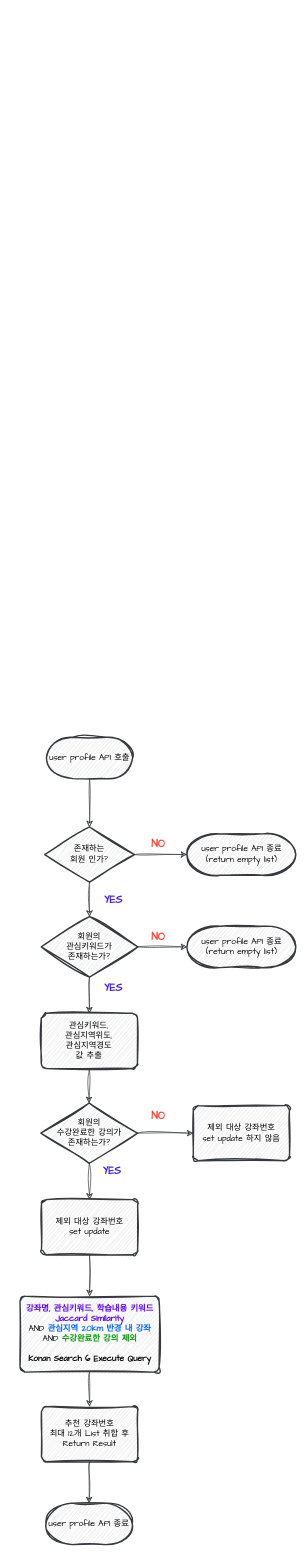
k1mtaeye07/nile keeps this draw.io diagram as user_activity.drawio. Above is the earlier version. Source tidied: cells renumbered, new cells numbered last; positions are measured from the earlier drawing's top-left corner, leaving out a move shared by most shapes. Both pictures are drawn from the tidied source at 69%, with x=0, y=0 at pixel (20, 737).
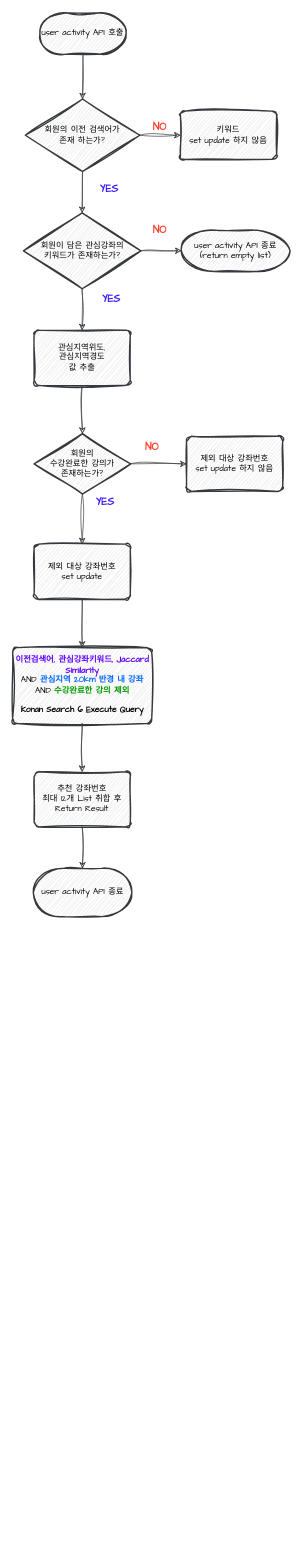
The same page after the edit.

Diff of the diagram source:
```diff
@@
-    <mxCell id="2" value="user profile API 호출" style="strokeWidth=2;html=1;shape=mxgraph.flowchart.terminator;whiteSpace=wrap;sketch=1;hachureGap=4;jiggle=2;curveFitting=1;fontFamily=Architects Daughter;labelBackgroundColor=none;fontStyle=0;fillColor=#eeeeee;strokeColor=#36393d;" parent="1" vertex="1">
-      <mxGeometry x="37.8" width="125" height="60" as="geometry" />
-    </mxCell>
-    <mxCell id="3" style="endArrow=classic;html=1;rounded=0;sketch=1;hachureGap=4;jiggle=2;curveFitting=1;fontFamily=Architects Daughter;exitX=0.5;exitY=1;exitDx=0;exitDy=0;exitPerimeter=0;entryX=0.5;entryY=0;entryDx=0;entryDy=0;entryPerimeter=0;fillColor=#eeeeee;strokeColor=#36393d;" parent="1" edge="1" source="2" target="4">
-      <mxGeometry relative="1" as="geometry" />
-    </mxCell>
-    <mxCell id="4" value="존재하는&lt;div&gt;회원 인가?&lt;/div&gt;" style="strokeWidth=2;html=1;shape=mxgraph.flowchart.decision;whiteSpace=wrap;sketch=1;hachureGap=4;jiggle=2;curveFitting=1;fontFamily=Architects Daughter;fillColor=#eeeeee;strokeColor=#36393d;" parent="1" vertex="1">
-      <mxGeometry x="35.3" y="130" width="130" height="80" as="geometry" />
-    </mxCell>
-    <mxCell id="5" style="endArrow=classic;html=1;rounded=0;sketch=1;hachureGap=4;jiggle=2;curveFitting=1;fontFamily=Architects Daughter;exitX=1;exitY=0.5;exitDx=0;exitDy=0;exitPerimeter=0;entryX=0;entryY=0.5;entryDx=0;entryDy=0;entryPerimeter=0;fillColor=#eeeeee;strokeColor=#36393d;" parent="1" edge="1" source="4" target="8">
-      <mxGeometry relative="1" as="geometry" />
-    </mxCell>
-    <mxCell id="6" value="YES" style="text;html=1;align=center;verticalAlign=middle;whiteSpace=wrap;rounded=0;fontFamily=Architects Daughter;fontSize=15;fillColor=none;fontStyle=1;fontColor=#3E17FF;" parent="1" vertex="1">
-      <mxGeometry x="105.3" y="220" width="60" height="30" as="geometry" />
-    </mxCell>
-    <mxCell id="7" style="endArrow=classic;html=1;rounded=0;sketch=1;hachureGap=4;jiggle=2;curveFitting=1;fontFamily=Architects Daughter;exitX=0.5;exitY=1;exitDx=0;exitDy=0;exitPerimeter=0;entryX=0.5;entryY=0;entryDx=0;entryDy=0;entryPerimeter=0;fillColor=#eeeeee;strokeColor=#36393d;" parent="1" edge="1" source="4" target="9">
-      <mxGeometry relative="1" as="geometry" />
-    </mxCell>
-    <mxCell id="8" value="user profile API&amp;nbsp;&lt;span style=&quot;background-color: initial;&quot;&gt;종료&lt;/span&gt;&lt;div&gt;&lt;span style=&quot;background-color: initial;&quot;&gt;(return empty list)&lt;/span&gt;&lt;/div&gt;" style="strokeWidth=2;html=1;shape=mxgraph.flowchart.terminator;whiteSpace=wrap;sketch=1;hachureGap=4;jiggle=2;curveFitting=1;fontFamily=Architects Daughter;fillColor=#eeeeee;strokeColor=#36393d;" parent="1" vertex="1">
-      <mxGeometry x="241.6" y="140" width="157.5" height="60" as="geometry" />
-    </mxCell>
-    <mxCell id="9" value="회원의&lt;div&gt;관심키워드가&lt;div&gt;존재하는가?&lt;/div&gt;&lt;/div&gt;" style="strokeWidth=2;html=1;shape=mxgraph.flowchart.decision;whiteSpace=wrap;sketch=1;hachureGap=4;jiggle=2;curveFitting=1;fontFamily=Architects Daughter;fillColor=#eeeeee;strokeColor=#36393d;" parent="1" vertex="1">
-      <mxGeometry x="30.3" y="260" width="140" height="87.5" as="geometry" />
-    </mxCell>
-    <mxCell id="10" style="endArrow=classic;html=1;rounded=0;sketch=1;hachureGap=4;jiggle=2;curveFitting=1;fontFamily=Architects Daughter;exitX=1;exitY=0.5;exitDx=0;exitDy=0;exitPerimeter=0;entryX=0;entryY=0.5;entryDx=0;entryDy=0;entryPerimeter=0;fillColor=#eeeeee;strokeColor=#36393d;" parent="1" edge="1" source="9" target="13">
-      <mxGeometry relative="1" as="geometry" />
-    </mxCell>
-    <mxCell id="11" value="NO" style="text;html=1;align=center;verticalAlign=middle;whiteSpace=wrap;rounded=0;fontFamily=Architects Daughter;fontSize=15;fillColor=none;fontStyle=1;fontColor=#FF432E;" parent="1" vertex="1">
-      <mxGeometry x="170.3" y="140" width="60" height="30" as="geometry" />
-    </mxCell>
-    <mxCell id="12" style="endArrow=classic;html=1;rounded=0;sketch=1;hachureGap=4;jiggle=2;curveFitting=1;fontFamily=Architects Daughter;exitX=0.5;exitY=1;exitDx=0;exitDy=0;exitPerimeter=0;entryX=0.5;entryY=0;entryDx=0;entryDy=0;fillColor=#eeeeee;strokeColor=#36393d;" parent="1" edge="1" source="9" target="14">
-      <mxGeometry relative="1" as="geometry" />
-    </mxCell>
-    <mxCell id="13" value="user profile API&amp;nbsp;&lt;span style=&quot;background-color: initial;&quot;&gt;종료&lt;/span&gt;&lt;div&gt;&lt;span style=&quot;background-color: initial;&quot;&gt;(return empty list)&lt;/span&gt;&lt;/div&gt;" style="strokeWidth=2;html=1;shape=mxgraph.flowchart.terminator;whiteSpace=wrap;sketch=1;hachureGap=4;jiggle=2;curveFitting=1;fontFamily=Architects Daughter;fillColor=#eeeeee;strokeColor=#36393d;" parent="1" vertex="1">
-      <mxGeometry x="241.6" y="273.8" width="157.5" height="60" as="geometry" />
-    </mxCell>
-    <mxCell id="14" value="관심키워드,&lt;div&gt;관심지역위도,&lt;/div&gt;&lt;div&gt;관심지역경도&lt;/div&gt;&lt;div&gt;값 추출&lt;/div&gt;" style="rounded=1;whiteSpace=wrap;html=1;absoluteArcSize=1;arcSize=14;strokeWidth=2;sketch=1;hachureGap=4;jiggle=2;curveFitting=1;fontFamily=Architects Daughter;fillColor=#eeeeee;strokeColor=#36393d;" parent="1" vertex="1">
-      <mxGeometry x="30.3" y="400" width="139.4" height="80" as="geometry" />
-    </mxCell>
-    <mxCell id="15" style="endArrow=classic;html=1;rounded=0;sketch=1;hachureGap=4;jiggle=2;curveFitting=1;fontFamily=Architects Daughter;exitX=0.5;exitY=1;exitDx=0;exitDy=0;entryX=0.5;entryY=0;entryDx=0;entryDy=0;entryPerimeter=0;fillColor=#eeeeee;strokeColor=#36393d;" parent="1" edge="1" source="14" target="16">
-      <mxGeometry relative="1" as="geometry" />
-    </mxCell>
+    <mxCell id="31" value="user activity API 호출" style="strokeWidth=2;html=1;shape=mxgraph.flowchart.terminator;whiteSpace=wrap;sketch=1;hachureGap=4;jiggle=2;curveFitting=1;fontFamily=Architects Daughter;labelBackgroundColor=none;fontStyle=0;fillColor=#eeeeee;strokeColor=#36393d;" parent="1" vertex="1">
+      <mxGeometry x="28.3" y="-1050" width="125" height="60" as="geometry" />
+    </mxCell>
+    <mxCell id="32" style="endArrow=classic;html=1;rounded=0;sketch=1;hachureGap=4;jiggle=2;curveFitting=1;fontFamily=Architects Daughter;exitX=0.5;exitY=1;exitDx=0;exitDy=0;exitPerimeter=0;entryX=0.5;entryY=0;entryDx=0;entryDy=0;entryPerimeter=0;fillColor=#eeeeee;strokeColor=#36393d;" parent="1" edge="1" source="31" target="33">
+      <mxGeometry relative="1" as="geometry" />
+    </mxCell>
+    <mxCell id="33" value="회원의 이전 검색어가&lt;div&gt;존재 하는가?&lt;/div&gt;" style="strokeWidth=2;html=1;shape=mxgraph.flowchart.decision;whiteSpace=wrap;sketch=1;hachureGap=4;jiggle=2;curveFitting=1;fontFamily=Architects Daughter;fillColor=#eeeeee;strokeColor=#36393d;" parent="1" vertex="1">
+      <mxGeometry x="7.3" y="-925" width="165.7" height="105" as="geometry" />
+    </mxCell>
+    <mxCell id="34" style="endArrow=classic;html=1;rounded=0;sketch=1;hachureGap=4;jiggle=2;curveFitting=1;fontFamily=Architects Daughter;exitX=1;exitY=0.5;exitDx=0;exitDy=0;exitPerimeter=0;entryX=0;entryY=0.5;entryDx=0;entryDy=0;fillColor=#eeeeee;strokeColor=#36393d;" parent="1" edge="1" source="33" target="50">
+      <mxGeometry relative="1" as="geometry" />
+    </mxCell>
+    <mxCell id="35" value="YES" style="text;html=1;align=center;verticalAlign=middle;whiteSpace=wrap;rounded=0;fontFamily=Architects Daughter;fontSize=15;fillColor=none;fontStyle=1;fontColor=#3E17FF;" parent="1" vertex="1">
+      <mxGeometry x="99.3" y="-810" width="60" height="30" as="geometry" />
+    </mxCell>
+    <mxCell id="36" style="endArrow=classic;html=1;rounded=0;sketch=1;hachureGap=4;jiggle=2;curveFitting=1;fontFamily=Architects Daughter;exitX=0.5;exitY=1;exitDx=0;exitDy=0;exitPerimeter=0;entryX=0.5;entryY=0;entryDx=0;entryDy=0;entryPerimeter=0;fillColor=#eeeeee;strokeColor=#36393d;" parent="1" edge="1" source="33" target="37">
+      <mxGeometry relative="1" as="geometry" />
+    </mxCell>
+    <mxCell id="37" value="회원이 담은 관심강좌의&lt;div&gt;키워드가 존재하는가?&lt;/div&gt;" style="strokeWidth=2;html=1;shape=mxgraph.flowchart.decision;whiteSpace=wrap;sketch=1;hachureGap=4;jiggle=2;curveFitting=1;fontFamily=Architects Daughter;fillColor=#eeeeee;strokeColor=#36393d;" parent="1" vertex="1">
+      <mxGeometry x="4.5" y="-760" width="170.2" height="110" as="geometry" />
+    </mxCell>
+    <mxCell id="38" style="endArrow=classic;html=1;rounded=0;sketch=1;hachureGap=4;jiggle=2;curveFitting=1;fontFamily=Architects Daughter;exitX=1;exitY=0.5;exitDx=0;exitDy=0;exitPerimeter=0;entryX=0;entryY=0.5;entryDx=0;entryDy=0;entryPerimeter=0;fillColor=#eeeeee;strokeColor=#36393d;" parent="1" edge="1" source="37" target="41">
+      <mxGeometry relative="1" as="geometry" />
+    </mxCell>
+    <mxCell id="39" value="NO" style="text;html=1;align=center;verticalAlign=middle;whiteSpace=wrap;rounded=0;fontFamily=Architects Daughter;fontSize=15;fillColor=none;fontStyle=1;fontColor=#FF432E;" parent="1" vertex="1">
+      <mxGeometry x="172" y="-900" width="60" height="30" as="geometry" />
+    </mxCell>
+    <mxCell id="40" style="endArrow=classic;html=1;rounded=0;sketch=1;hachureGap=4;jiggle=2;curveFitting=1;fontFamily=Architects Daughter;exitX=0.5;exitY=1;exitDx=0;exitDy=0;exitPerimeter=0;entryX=0.5;entryY=0;entryDx=0;entryDy=0;fillColor=#eeeeee;strokeColor=#36393d;" parent="1" edge="1" source="37" target="42">
+      <mxGeometry relative="1" as="geometry" />
+    </mxCell>
+    <mxCell id="41" value="user activity API&amp;nbsp;&lt;span style=&quot;background-color: initial;&quot;&gt;종료&lt;/span&gt;&lt;div&gt;&lt;span style=&quot;background-color: initial;&quot;&gt;(return empty list)&lt;/span&gt;&lt;/div&gt;" style="strokeWidth=2;html=1;shape=mxgraph.flowchart.terminator;whiteSpace=wrap;sketch=1;hachureGap=4;jiggle=2;curveFitting=1;fontFamily=Architects Daughter;fillColor=#eeeeee;strokeColor=#36393d;" parent="1" vertex="1">
+      <mxGeometry x="233.4" y="-735" width="157.5" height="60" as="geometry" />
+    </mxCell>
+    <mxCell id="42" value="&lt;div&gt;관심지역위도,&lt;/div&gt;&lt;div&gt;관심지역경도&lt;/div&gt;&lt;div&gt;값 추출&lt;/div&gt;" style="rounded=1;whiteSpace=wrap;html=1;absoluteArcSize=1;arcSize=14;strokeWidth=2;sketch=1;hachureGap=4;jiggle=2;curveFitting=1;fontFamily=Architects Daughter;fillColor=#eeeeee;strokeColor=#36393d;" parent="1" vertex="1">
+      <mxGeometry x="19.9" y="-590" width="139.4" height="80" as="geometry" />
+    </mxCell>
+    <mxCell id="43" style="endArrow=classic;html=1;rounded=0;sketch=1;hachureGap=4;jiggle=2;curveFitting=1;fontFamily=Architects Daughter;exitX=0.5;exitY=1;exitDx=0;exitDy=0;fillColor=#eeeeee;strokeColor=#36393d;entryX=0.5;entryY=0;entryDx=0;entryDy=0;entryPerimeter=0;" parent="1" edge="1" source="42" target="16">
+      <mxGeometry relative="1" as="geometry" />
+    </mxCell>
+    <mxCell id="44" value="&lt;font color=&quot;#5d00ff&quot;&gt;&lt;b&gt;이전검색어, 관심강좌키워드, Jaccard Similarity&lt;/b&gt;&lt;/font&gt;&lt;div&gt;AND &lt;font color=&quot;#0066ff&quot;&gt;&lt;b&gt;관심지역 20km 반경 내 강좌&lt;/b&gt;&lt;/font&gt;&lt;/div&gt;&lt;div&gt;AND&amp;nbsp;&lt;font color=&quot;#009900&quot;&gt;&lt;b&gt;수강완료한 강의 제외&lt;/b&gt;&lt;/font&gt;&lt;font color=&quot;#0066ff&quot;&gt;&lt;b&gt;&lt;br&gt;&lt;/b&gt;&lt;/font&gt;&lt;/div&gt;&lt;div&gt;&lt;span style=&quot;background-color: initial;&quot;&gt;&lt;font color=&quot;#009900&quot;&gt;&lt;b&gt;&lt;br&gt;&lt;/b&gt;&lt;/font&gt;&lt;/span&gt;&lt;/div&gt;&lt;div&gt;&lt;b style=&quot;&quot;&gt;Konan Search 6&amp;nbsp;&lt;/b&gt;&lt;span style=&quot;background-color: initial;&quot;&gt;&lt;b style=&quot;&quot;&gt;Execute Query&lt;/b&gt;&lt;/span&gt;&lt;/div&gt;" style="rounded=1;whiteSpace=wrap;html=1;absoluteArcSize=1;arcSize=14;strokeWidth=2;sketch=1;hachureGap=4;jiggle=2;curveFitting=1;fontFamily=Architects Daughter;fillColor=#eeeeee;strokeColor=#36393d;" parent="1" vertex="1">
+      <mxGeometry x="-11.2" y="-130" width="201.6" height="110" as="geometry" />
+    </mxCell>
+    <mxCell id="45" style="endArrow=classic;html=1;rounded=0;sketch=1;hachureGap=4;jiggle=2;curveFitting=1;fontFamily=Architects Daughter;exitX=0.5;exitY=1;exitDx=0;exitDy=0;entryX=0.5;entryY=0;entryDx=0;entryDy=0;fillColor=#eeeeee;strokeColor=#36393d;" parent="1" edge="1" source="44" target="24">
+      <mxGeometry relative="1" as="geometry" />
+    </mxCell>
+    <mxCell id="24" value="추천 강좌번호&lt;div&gt;최대 12개&amp;nbsp;&lt;span style=&quot;background-color: initial;&quot;&gt;List 취합 후 Return Result&lt;/span&gt;&lt;/div&gt;" style="rounded=1;whiteSpace=wrap;html=1;absoluteArcSize=1;arcSize=14;strokeWidth=2;sketch=1;hachureGap=4;jiggle=2;curveFitting=1;fontFamily=Architects Daughter;fillColor=#eeeeee;strokeColor=#36393d;" parent="1" vertex="1">
+      <mxGeometry x="19.9" y="50" width="139.4" height="80" as="geometry" />
+    </mxCell>
+    <mxCell id="46" value="NO" style="text;html=1;align=center;verticalAlign=middle;whiteSpace=wrap;rounded=0;fontFamily=Architects Daughter;fontSize=15;fillColor=none;fontStyle=1;fontColor=#FF432E;" parent="1" vertex="1">
+      <mxGeometry x="172" y="-750" width="60" height="30" as="geometry" />
+    </mxCell>
+    <mxCell id="47" value="YES" style="text;html=1;align=center;verticalAlign=middle;whiteSpace=wrap;rounded=0;fontFamily=Architects Daughter;fontSize=15;fillColor=none;fontStyle=1;fontColor=#3E17FF;" parent="1" vertex="1">
+      <mxGeometry x="102.1" y="-650" width="60" height="30" as="geometry" />
+    </mxCell>
+    <mxCell id="48" value="user activity API 종료" style="strokeWidth=2;html=1;shape=mxgraph.flowchart.terminator;whiteSpace=wrap;sketch=1;hachureGap=4;jiggle=2;curveFitting=1;fontFamily=Architects Daughter;labelBackgroundColor=none;fontStyle=0;fillColor=#eeeeee;strokeColor=#36393d;" parent="1" vertex="1">
+      <mxGeometry x="18.7" y="190" width="142.9" height="70" as="geometry" />
+    </mxCell>
+    <mxCell id="49" style="endArrow=classic;html=1;rounded=0;sketch=1;hachureGap=4;jiggle=2;curveFitting=1;fontFamily=Architects Daughter;exitX=0.5;exitY=1;exitDx=0;exitDy=0;entryX=0.5;entryY=0;entryDx=0;entryDy=0;fillColor=#eeeeee;strokeColor=#36393d;entryPerimeter=0;" parent="1" edge="1" source="24" target="48">
+      <mxGeometry relative="1" as="geometry" />
+    </mxCell>
+    <mxCell id="50" value="&lt;div&gt;키워드&lt;/div&gt;&lt;div&gt;set update 하지 않음&lt;/div&gt;" style="rounded=1;whiteSpace=wrap;html=1;absoluteArcSize=1;arcSize=14;strokeWidth=2;sketch=1;hachureGap=4;jiggle=2;curveFitting=1;fontFamily=Architects Daughter;fillColor=#eeeeee;strokeColor=#36393d;" parent="1" vertex="1">
+      <mxGeometry x="232" y="-907.5" width="139.4" height="70" as="geometry" />
+    </mxCell>
     <mxCell id="16" value="회원의&lt;div&gt;수강완료한&amp;nbsp;&lt;span style=&quot;background-color: initial;&quot;&gt;강의가&lt;/span&gt;&lt;/div&gt;&lt;div&gt;&lt;span style=&quot;background-color: initial;&quot;&gt;존재하는가?&lt;/span&gt;&lt;/div&gt;" style="strokeWidth=2;html=1;shape=mxgraph.flowchart.decision;whiteSpace=wrap;sketch=1;hachureGap=4;jiggle=2;curveFitting=1;fontFamily=Architects Daughter;fillColor=#eeeeee;strokeColor=#36393d;" parent="1" vertex="1">
-      <mxGeometry x="29.7" y="530" width="140" height="87.5" as="geometry" />
+      <mxGeometry x="19.9" y="-440" width="140" height="87.5" as="geometry" />
     </mxCell>
@@
     <mxCell id="19" value="제외 대상 강좌번호&lt;div&gt;set update 하지 않음&lt;/div&gt;" style="rounded=1;whiteSpace=wrap;html=1;absoluteArcSize=1;arcSize=14;strokeWidth=2;sketch=1;hachureGap=4;jiggle=2;curveFitting=1;fontFamily=Architects Daughter;fillColor=#eeeeee;strokeColor=#36393d;" parent="1" vertex="1">
-      <mxGeometry x="250.6" y="533.8" width="139.4" height="80" as="geometry" />
+      <mxGeometry x="240.8" y="-436.2" width="139.4" height="80" as="geometry" />
     </mxCell>
     <mxCell id="20" value="제외 대상 강좌번호&lt;div&gt;set update&lt;/div&gt;" style="rounded=1;whiteSpace=wrap;html=1;absoluteArcSize=1;arcSize=14;strokeWidth=2;sketch=1;hachureGap=4;jiggle=2;curveFitting=1;fontFamily=Architects Daughter;fillColor=#eeeeee;strokeColor=#36393d;" parent="1" vertex="1">
-      <mxGeometry x="30.6" y="670" width="139.4" height="80" as="geometry" />
+      <mxGeometry x="19.9" y="-280" width="139.4" height="80" as="geometry" />
     </mxCell>
-    <mxCell id="21" value="&lt;font color=&quot;#5d00ff&quot;&gt;&lt;b&gt;강좌명, 관심키워드, 학습내용 키워드 Jaccard Similarity&lt;/b&gt;&lt;/font&gt;&lt;div&gt;AND &lt;font color=&quot;#0066ff&quot;&gt;&lt;b&gt;관심지역 20km 반경 내 강좌&lt;/b&gt;&lt;/font&gt;&lt;/div&gt;&lt;div&gt;&lt;span style=&quot;background-color: initial;&quot;&gt;AND &lt;font color=&quot;#009900&quot;&gt;&lt;b&gt;수강완료한 강의 제외&lt;/b&gt;&lt;/font&gt;&lt;/span&gt;&lt;/div&gt;&lt;div&gt;&lt;span style=&quot;background-color: initial;&quot;&gt;&lt;font color=&quot;#009900&quot;&gt;&lt;b&gt;&lt;br&gt;&lt;/b&gt;&lt;/font&gt;&lt;/span&gt;&lt;/div&gt;&lt;div&gt;&lt;b style=&quot;&quot;&gt;Konan Search 6&amp;nbsp;&lt;/b&gt;&lt;span style=&quot;background-color: initial;&quot;&gt;&lt;b style=&quot;&quot;&gt;Execute Query&lt;/b&gt;&lt;/span&gt;&lt;/div&gt;" style="rounded=1;whiteSpace=wrap;html=1;absoluteArcSize=1;arcSize=14;strokeWidth=2;sketch=1;hachureGap=4;jiggle=2;curveFitting=1;fontFamily=Architects Daughter;fillColor=#eeeeee;strokeColor=#36393d;" parent="1" vertex="1">
-      <mxGeometry x="-0.5" y="810" width="201.6" height="110" as="geometry" />
-    </mxCell>
-    <mxCell id="22" style="endArrow=classic;html=1;rounded=0;sketch=1;hachureGap=4;jiggle=2;curveFitting=1;fontFamily=Architects Daughter;entryX=0.5;entryY=0;entryDx=0;entryDy=0;exitX=0.5;exitY=1;exitDx=0;exitDy=0;fillColor=#eeeeee;strokeColor=#36393d;" parent="1" edge="1" source="20" target="21">
-      <mxGeometry relative="1" as="geometry" />
-    </mxCell>
-    <mxCell id="23" style="endArrow=classic;html=1;rounded=0;sketch=1;hachureGap=4;jiggle=2;curveFitting=1;fontFamily=Architects Daughter;exitX=0.5;exitY=1;exitDx=0;exitDy=0;entryX=0.5;entryY=0;entryDx=0;entryDy=0;fillColor=#eeeeee;strokeColor=#36393d;" parent="1" edge="1" source="21" target="24">
-      <mxGeometry relative="1" as="geometry" />
-    </mxCell>
-    <mxCell id="24" value="추천 강좌번호&lt;div&gt;최대 12개&amp;nbsp;&lt;span style=&quot;background-color: initial;&quot;&gt;List 취합 후 Return Result&lt;/span&gt;&lt;/div&gt;" style="rounded=1;whiteSpace=wrap;html=1;absoluteArcSize=1;arcSize=14;strokeWidth=2;sketch=1;hachureGap=4;jiggle=2;curveFitting=1;fontFamily=Architects Daughter;fillColor=#eeeeee;strokeColor=#36393d;" parent="1" vertex="1">
-      <mxGeometry x="30.6" y="970" width="139.4" height="80" as="geometry" />
-    </mxCell>
-    <mxCell id="25" value="NO" style="text;html=1;align=center;verticalAlign=middle;whiteSpace=wrap;rounded=0;fontFamily=Architects Daughter;fontSize=15;fillColor=none;fontStyle=1;fontColor=#FF432E;" parent="1" vertex="1">
-      <mxGeometry x="170.3" y="273.8" width="60" height="30" as="geometry" />
-    </mxCell>
-    <mxCell id="26" value="NO" style="text;html=1;align=center;verticalAlign=middle;whiteSpace=wrap;rounded=0;fontFamily=Architects Daughter;fontSize=15;fillColor=none;fontStyle=1;fontColor=#FF432E;" parent="1" vertex="1">
-      <mxGeometry x="170.3" y="533.8" width="60" height="30" as="geometry" />
-    </mxCell>
-    <mxCell id="27" value="YES" style="text;html=1;align=center;verticalAlign=middle;whiteSpace=wrap;rounded=0;fontFamily=Architects Daughter;fontSize=15;fillColor=none;fontStyle=1;fontColor=#3E17FF;" parent="1" vertex="1">
-      <mxGeometry x="105.3" y="347.5" width="60" height="30" as="geometry" />
-    </mxCell>
-    <mxCell id="28" value="YES" style="text;html=1;align=center;verticalAlign=middle;whiteSpace=wrap;rounded=0;fontFamily=Architects Daughter;fontSize=15;fillColor=none;fontStyle=1;fontColor=#3E17FF;" parent="1" vertex="1">
-      <mxGeometry x="102.8" y="613.8" width="60" height="30" as="geometry" />
-    </mxCell>
-    <mxCell id="29" value="user profile API 종료" style="strokeWidth=2;html=1;shape=mxgraph.flowchart.terminator;whiteSpace=wrap;sketch=1;hachureGap=4;jiggle=2;curveFitting=1;fontFamily=Architects Daughter;labelBackgroundColor=none;fontStyle=0;fillColor=#eeeeee;strokeColor=#36393d;" parent="1" vertex="1">
-      <mxGeometry x="37.2" y="1110" width="125" height="60" as="geometry" />
-    </mxCell>
-    <mxCell id="30" style="endArrow=classic;html=1;rounded=0;sketch=1;hachureGap=4;jiggle=2;curveFitting=1;fontFamily=Architects Daughter;exitX=0.5;exitY=1;exitDx=0;exitDy=0;entryX=0.5;entryY=0;entryDx=0;entryDy=0;fillColor=#eeeeee;strokeColor=#36393d;entryPerimeter=0;" parent="1" edge="1" source="24" target="29">
-      <mxGeometry relative="1" as="geometry" />
-    </mxCell>
+    <mxCell id="51" value="NO" style="text;html=1;align=center;verticalAlign=middle;whiteSpace=wrap;rounded=0;fontFamily=Architects Daughter;fontSize=15;fillColor=none;fontStyle=1;fontColor=#FF432E;" parent="1" vertex="1">
+      <mxGeometry x="160.5" y="-436.2" width="60" height="30" as="geometry" />
+    </mxCell>
+    <mxCell id="52" value="YES" style="text;html=1;align=center;verticalAlign=middle;whiteSpace=wrap;rounded=0;fontFamily=Architects Daughter;fontSize=15;fillColor=none;fontStyle=1;fontColor=#3E17FF;" parent="1" vertex="1">
+      <mxGeometry x="93" y="-356.2" width="60" height="30" as="geometry" />
+    </mxCell>
+    <mxCell id="53" style="endArrow=classic;html=1;rounded=0;sketch=1;hachureGap=4;jiggle=2;curveFitting=1;fontFamily=Architects Daughter;exitX=0.5;exitY=1;exitDx=0;exitDy=0;fillColor=#eeeeee;strokeColor=#36393d;entryX=0.5;entryY=0;entryDx=0;entryDy=0;" parent="1" edge="1" source="20" target="44">
+      <mxGeometry relative="1" as="geometry" />
+    </mxCell>
```
